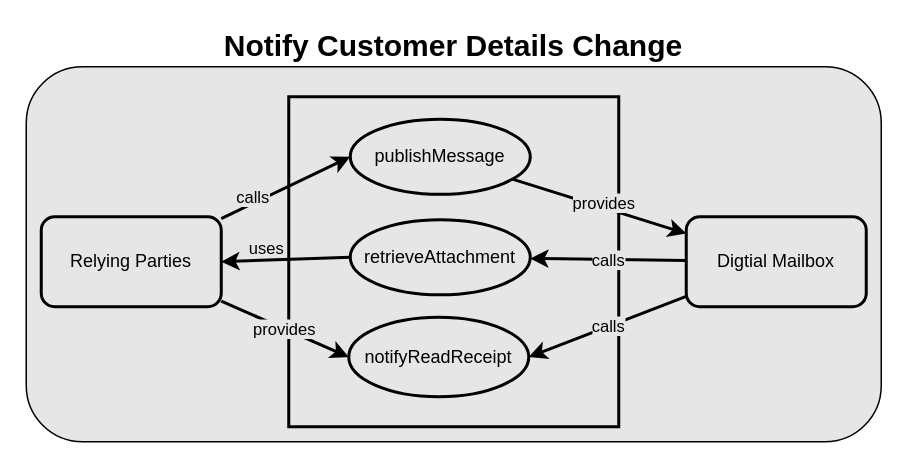
This is page "01-digitalmail-usecases" (4 of 4) of mygov-digitamail-sis.drawio from ramchalluri/temp-repo, a draw.io file, before an edit. Source tidied: cells renumbered, new cells numbered last; positions are measured from the earlier drawing's top-left corner, leaving out a move shared by most shapes. Both pictures are drawn from the tidied source at 150%, with x=0, y=0 at pixel (26, 66).
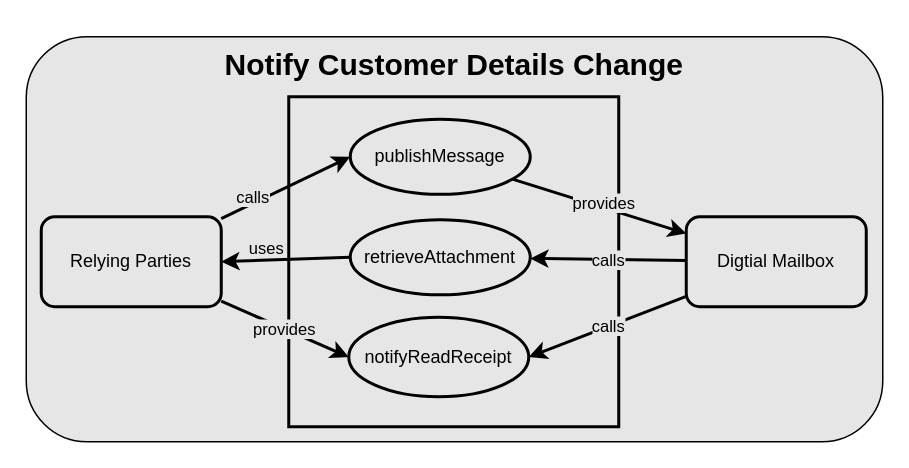
The same diagram, later.

The edit, as a diff of the source:
```diff
@@
 <mxGraphModel background="#ffffff">
   <root>
     <mxCell id="0" />
     <mxCell id="1" parent="0" />
-    <mxCell id="2" value="Notify Customer Details Change" style="rounded=1;whiteSpace=wrap;html=1;labelPosition=center;verticalLabelPosition=top;align=center;verticalAlign=bottom;fontSize=20;labelBackgroundColor=none;fontColor=#000000;fontStyle=1;fillColor=#E6E6E6;strokeColor=#000000;" parent="1" vertex="1">
-      <mxGeometry width="570" height="250" as="geometry" />
+    <mxCell id="2" value="&lt;span style=&quot;color: rgb(0, 0, 0);&quot;&gt;Notify Customer Details Change&lt;/span&gt;" style="rounded=1;whiteSpace=wrap;html=1;fillColor=#e6e6e6;verticalAlign=top;fontSize=20;fontStyle=1;" parent="1" vertex="1">
+      <mxGeometry y="-20" width="571" height="270" as="geometry" />
     </mxCell>
     <mxCell id="3" parent="0" />
     <mxCell id="4" value="Relying Parties" style="rounded=1;whiteSpace=wrap;html=1;fontColor=#000000;strokeColor=#000000;strokeWidth=2;fillColor=none;" parent="3" vertex="1">
       <mxGeometry x="10" y="100" width="120" height="60" as="geometry" />
     </mxCell>
     <mxCell id="5" style="whiteSpace=wrap;html=1;fontColor=#000000;strokeColor=#000000;strokeWidth=2;fillColor=none;" parent="3" vertex="1">
       <mxGeometry x="175" y="20" width="220" height="220" as="geometry" />
     </mxCell>
     <mxCell id="6" value="publishMessage" style="ellipse;whiteSpace=wrap;html=1;fontColor=#000000;strokeColor=#000000;strokeWidth=2;fillColor=none;" parent="3" vertex="1">
       <mxGeometry x="216" y="35" width="120" height="50" as="geometry" />
     </mxCell>
     <mxCell id="7" value="retrieveAttachment" style="ellipse;whiteSpace=wrap;html=1;fontColor=#000000;strokeColor=#000000;strokeWidth=2;fillColor=none;" parent="3" vertex="1">
       <mxGeometry x="216" y="102" width="120" height="50" as="geometry" />
     </mxCell>
     <mxCell id="8" value="notifyReadReceipt" style="ellipse;whiteSpace=wrap;html=1;fontColor=#000000;strokeColor=#000000;strokeWidth=2;fillColor=none;" parent="3" vertex="1">
       <mxGeometry x="215" y="167" width="120" height="53" as="geometry" />
     </mxCell>
     <mxCell id="9" value="Digtial Mailbox" style="rounded=1;whiteSpace=wrap;html=1;fontColor=#000000;strokeColor=#000000;strokeWidth=2;fillColor=none;" parent="3" vertex="1">
       <mxGeometry x="440" y="100" width="120" height="60" as="geometry" />
     </mxCell>
     <mxCell id="10" style="html=1;entryX=0;entryY=0.5;entryDx=0;entryDy=0;fontColor=#000000;strokeColor=#000000;strokeWidth=2;" parent="3" edge="1" source="4" target="6">
       <mxGeometry relative="1" as="geometry" />
     </mxCell>
     <mxCell id="11" value="calls" style="edgeLabel;html=1;align=center;verticalAlign=middle;fontColor=#000000;labelBackgroundColor=#E6E6E6;" parent="10" vertex="1">
       <mxGeometry x="-0.47" y="4" relative="1" as="geometry" />
     </mxCell>
     <mxCell id="12" style="edgeStyle=none;html=1;fontColor=#000000;strokeColor=#000000;strokeWidth=2;exitX=0;exitY=0.5;exitDx=0;exitDy=0;entryX=1;entryY=0.5;entryDx=0;entryDy=0;" parent="3" edge="1" source="7" target="4">
       <mxGeometry relative="1" as="geometry" />
     </mxCell>
     <mxCell id="13" value="uses" style="edgeLabel;html=1;align=center;verticalAlign=middle;fontColor=#000000;labelBackgroundColor=none;" parent="12" vertex="1">
       <mxGeometry x="0.6" y="-2" relative="1" as="geometry">
         <mxPoint x="13" y="-7" as="offset" />
       </mxGeometry>
     </mxCell>
     <mxCell id="14" value="provides" style="edgeStyle=none;html=1;entryX=0;entryY=0.5;entryDx=0;entryDy=0;fontColor=#000000;strokeColor=#000000;strokeWidth=2;labelBackgroundColor=#E6E6E6;" parent="3" edge="1" source="4" target="8">
       <mxGeometry relative="1" as="geometry" />
     </mxCell>
     <mxCell id="15" style="edgeStyle=none;html=1;labelBackgroundColor=#E6E6E6;fontColor=#000000;strokeColor=#000000;strokeWidth=2;" parent="3" edge="1" source="6" target="9">
       <mxGeometry relative="1" as="geometry" />
     </mxCell>
     <mxCell id="16" value="provides" style="edgeLabel;html=1;align=center;verticalAlign=middle;fontColor=#000000;labelBackgroundColor=#E6E6E6;" parent="15" vertex="1">
       <mxGeometry x="0.59" y="2" relative="1" as="geometry">
         <mxPoint x="-33" y="-12" as="offset" />
       </mxGeometry>
     </mxCell>
     <mxCell id="17" value="calls" style="edgeStyle=none;html=1;labelBackgroundColor=#E6E6E6;fontColor=#000000;strokeColor=#000000;strokeWidth=2;" parent="3" edge="1" source="9" target="7">
       <mxGeometry relative="1" as="geometry" />
     </mxCell>
     <mxCell id="18" value="calls" style="edgeStyle=none;html=1;entryX=1;entryY=0.5;entryDx=0;entryDy=0;labelBackgroundColor=#E6E6E6;fontColor=#000000;strokeColor=#000000;strokeWidth=2;" parent="3" edge="1" source="9" target="8">
       <mxGeometry relative="1" as="geometry" />
     </mxCell>
   </root>
 </mxGraphModel>
```
